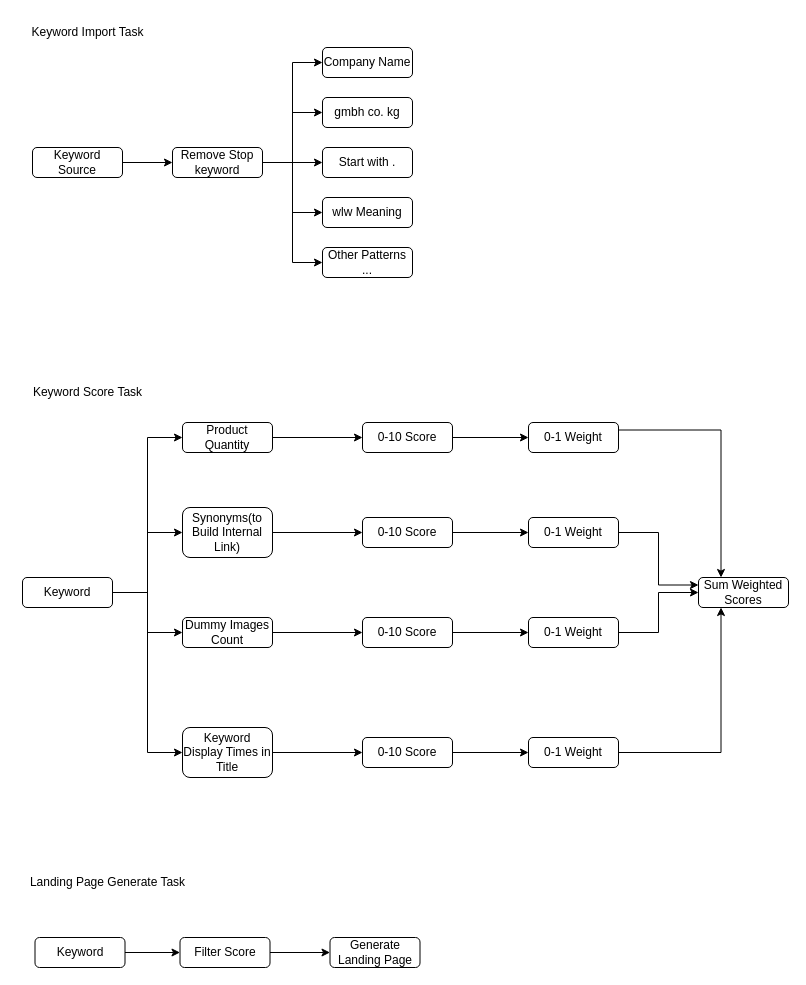
VisableHarry/seo-drawio keeps this draw.io diagram as drawio/keywordanalyze.drawio. Above is the earlier version. Source tidied: cells renumbered, new cells numbered last; positions are measured from the earlier drawing's top-left corner, leaving out a move shared by most shapes. Both pictures are drawn from the tidied source at 100%, with x=0, y=0 at pixel (17, 17).
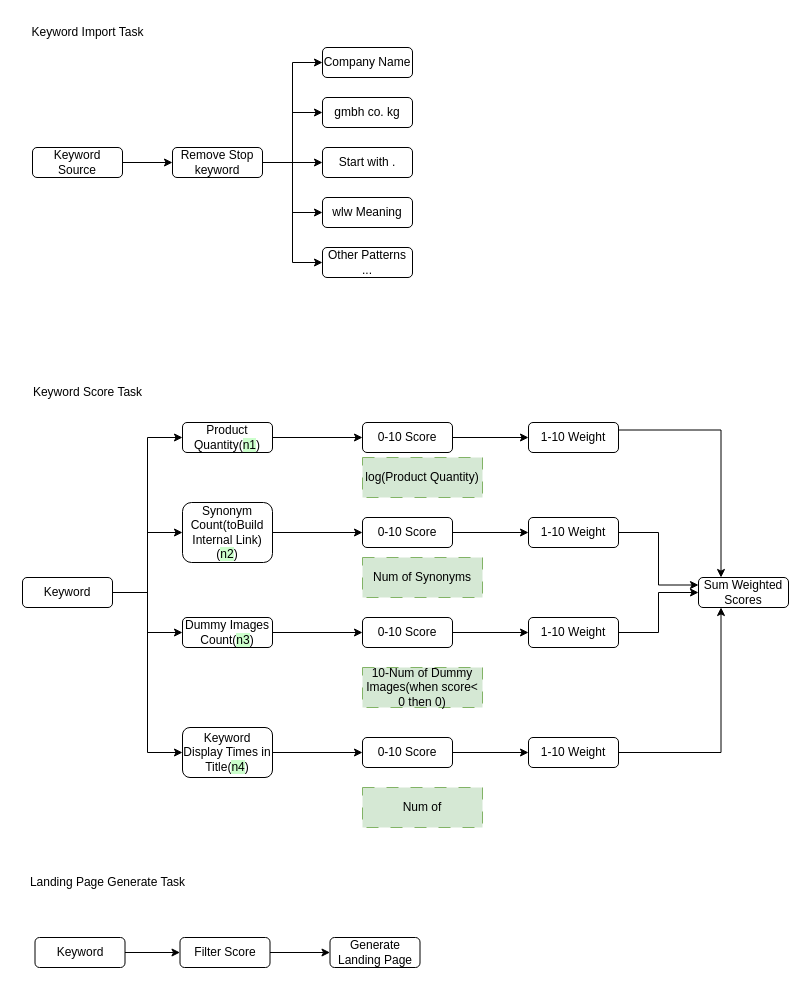
The same diagram, later.

What changed in the source:
```diff
@@
-    <mxCell id="17" value="Product Quantity" style="rounded=1;whiteSpace=wrap;html=1;" parent="1" vertex="1">
+    <mxCell id="17" value="Product Quantity(&lt;span style=&quot;background-color: rgb(204, 255, 204);&quot;&gt;n1&lt;/span&gt;)" style="rounded=1;whiteSpace=wrap;html=1;" parent="1" vertex="1">
       <mxGeometry x="165" y="405" width="90" height="30" as="geometry" />
     </mxCell>
@@
-    <mxCell id="19" value="Synonyms(to Build Internal Link)" style="rounded=1;whiteSpace=wrap;html=1;" parent="1" vertex="1">
-      <mxGeometry x="165" y="490" width="90" height="50" as="geometry" />
+    <mxCell id="19" value="Synonym Count(toBuild Internal Link)(&lt;span style=&quot;background-color: rgb(204, 255, 204);&quot;&gt;n2&lt;/span&gt;)" style="rounded=1;whiteSpace=wrap;html=1;" parent="1" vertex="1">
+      <mxGeometry x="165" y="485" width="90" height="60" as="geometry" />
     </mxCell>
@@
-    <mxCell id="21" value="Dummy Images Count" style="rounded=1;whiteSpace=wrap;html=1;" parent="1" vertex="1">
+    <mxCell id="21" value="Dummy Images Count(&lt;span style=&quot;background-color: rgb(204, 255, 204);&quot;&gt;n3&lt;/span&gt;)" style="rounded=1;whiteSpace=wrap;html=1;" parent="1" vertex="1">
       <mxGeometry x="165" y="600" width="90" height="30" as="geometry" />
     </mxCell>
@@
-    <mxCell id="42" value="0-1 Weight" style="rounded=1;whiteSpace=wrap;html=1;" parent="1" vertex="1">
+    <mxCell id="42" value="1-10 Weight" style="rounded=1;whiteSpace=wrap;html=1;" parent="1" vertex="1">
       <mxGeometry x="511" y="405" width="90" height="30" as="geometry" />
     </mxCell>
@@
-    <mxCell id="44" value="0-1 Weight" style="rounded=1;whiteSpace=wrap;html=1;" parent="1" vertex="1">
+    <mxCell id="44" value="1-10 Weight" style="rounded=1;whiteSpace=wrap;html=1;" parent="1" vertex="1">
       <mxGeometry x="511" y="500" width="90" height="30" as="geometry" />
     </mxCell>
@@
-    <mxCell id="46" value="0-1 Weight" style="rounded=1;whiteSpace=wrap;html=1;" parent="1" vertex="1">
+    <mxCell id="46" value="1-10 Weight" style="rounded=1;whiteSpace=wrap;html=1;" parent="1" vertex="1">
       <mxGeometry x="511" y="600" width="90" height="30" as="geometry" />
     </mxCell>
@@
-    <mxCell id="48" value="Keyword Display Times in Title" style="rounded=1;whiteSpace=wrap;html=1;" parent="1" vertex="1">
+    <mxCell id="48" value="Keyword Display Times in Title(&lt;span style=&quot;background-color: rgb(204, 255, 204);&quot;&gt;n4&lt;/span&gt;)" style="rounded=1;whiteSpace=wrap;html=1;" parent="1" vertex="1">
       <mxGeometry x="165" y="710" width="90" height="50" as="geometry" />
     </mxCell>
@@
-    <mxCell id="52" value="0-1 Weight" style="rounded=1;whiteSpace=wrap;html=1;" parent="1" vertex="1">
+    <mxCell id="52" value="1-10 Weight" style="rounded=1;whiteSpace=wrap;html=1;" parent="1" vertex="1">
       <mxGeometry x="511" y="720" width="90" height="30" as="geometry" />
     </mxCell>
+    <mxCell id="53" value="log(Product Quantity)" style="rounded=0;whiteSpace=wrap;html=1;fillColor=#d5e8d4;strokeColor=#82b366;dashed=1;dashPattern=12 12;" parent="1" vertex="1">
+      <mxGeometry x="345" y="440" width="120" height="40" as="geometry" />
+    </mxCell>
+    <mxCell id="54" value="Num of Synonyms" style="rounded=0;whiteSpace=wrap;html=1;fillColor=#d5e8d4;strokeColor=#82b366;dashed=1;dashPattern=12 12;" parent="1" vertex="1">
+      <mxGeometry x="345" y="540" width="120" height="40" as="geometry" />
+    </mxCell>
+    <mxCell id="55" value="10-Num of Dummy Images(when score&amp;lt; 0 then 0)" style="rounded=0;whiteSpace=wrap;html=1;fillColor=#d5e8d4;strokeColor=#82b366;dashed=1;dashPattern=12 12;" parent="1" vertex="1">
+      <mxGeometry x="345" y="650" width="120" height="40" as="geometry" />
+    </mxCell>
+    <mxCell id="56" value="Num of" style="rounded=0;whiteSpace=wrap;html=1;fillColor=#d5e8d4;strokeColor=#82b366;dashed=1;dashPattern=12 12;" parent="1" vertex="1">
+      <mxGeometry x="345" y="770" width="120" height="40" as="geometry" />
+    </mxCell>
```
